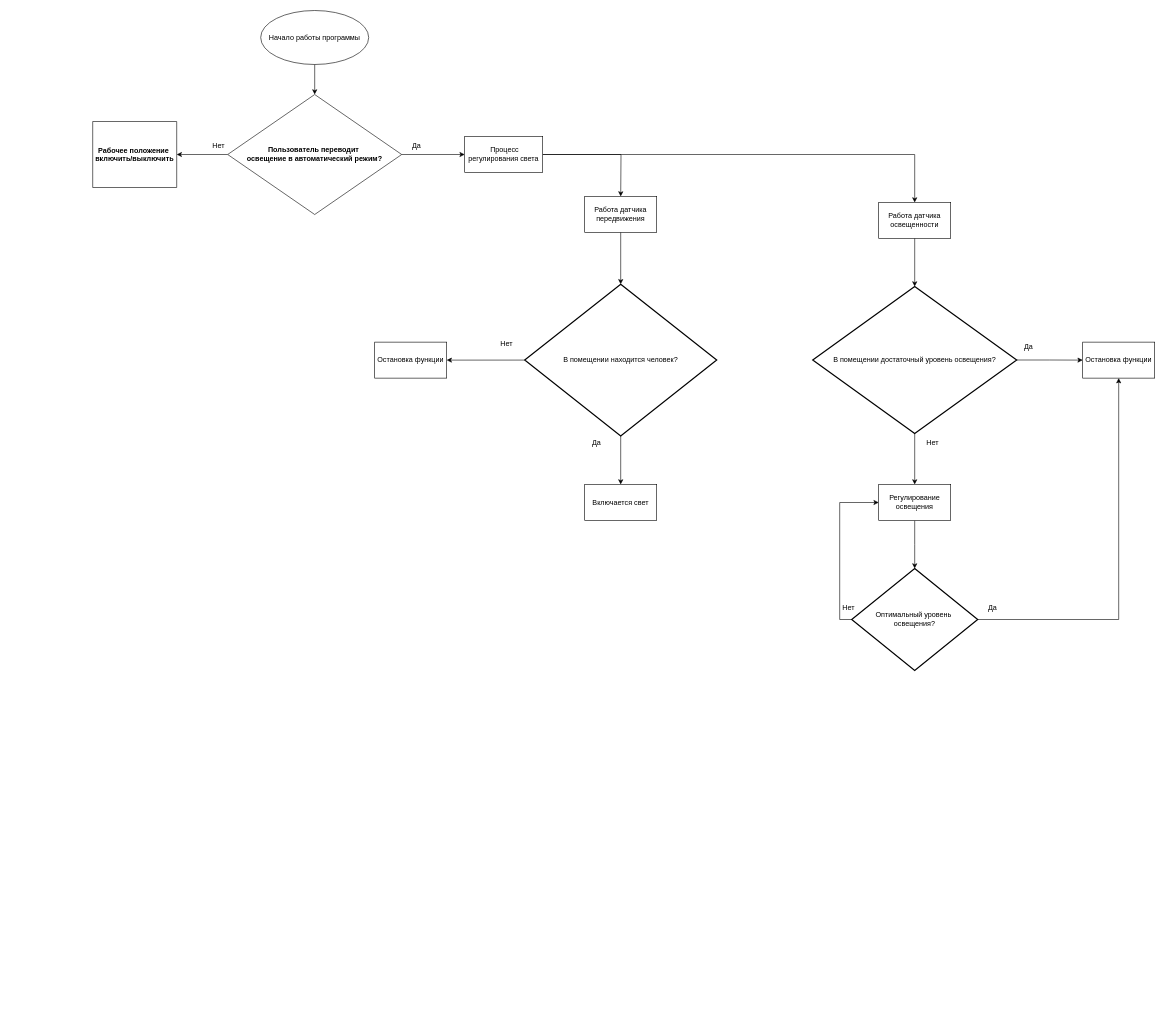
The draw.io diagram Освещение.drawio in CoachTrener/Light_block, before the edit. Source tidied: cells renumbered, new cells numbered last; positions are measured from the earlier drawing's top-left corner, leaving out a move shared by most shapes. Both pictures are drawn from the tidied source at 60%, with x=0, y=0 at pixel (92, 10).
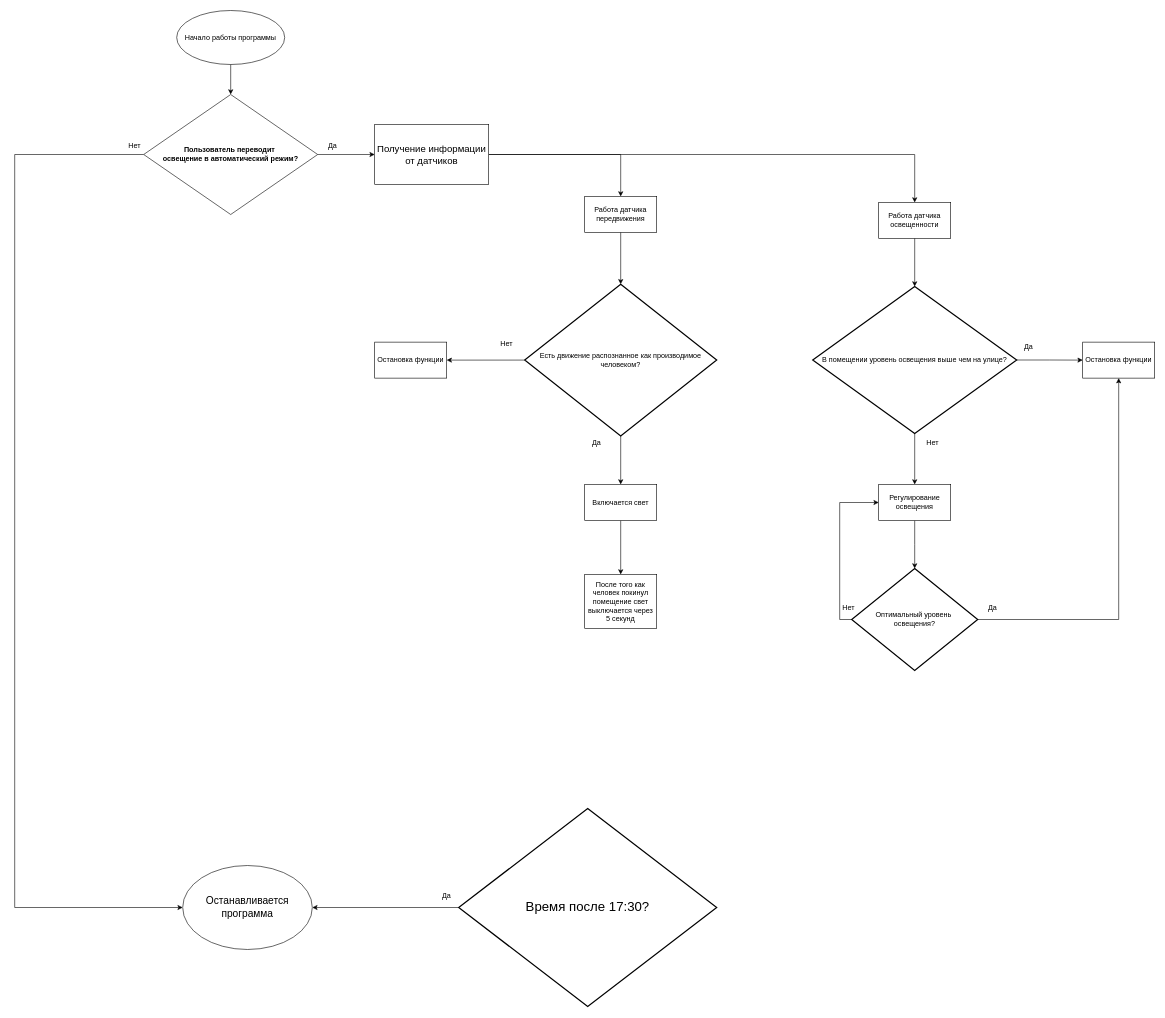
After the change.

The change refers to these unchanged cells:
```xml
<mxCell id="13" value="Работа датчика передвижения" style="rounded=0;whiteSpace=wrap;html=1;" parent="1" vertex="1">
  <mxGeometry x="820" y="310" width="120" height="60" as="geometry" />
</mxCell>
<mxCell id="17" value="Работа датчика освещенности" style="rounded=0;whiteSpace=wrap;html=1;" parent="1" vertex="1">
  <mxGeometry x="1310" y="320" width="120" height="60" as="geometry" />
</mxCell>
<mxCell id="34" value="Включается свет" style="rounded=0;whiteSpace=wrap;html=1;" parent="1" vertex="1">
  <mxGeometry x="820" y="790" width="120" height="60" as="geometry" />
</mxCell>
```

Change to the diagram source:
```diff
@@
-    <mxCell id="2" value="Рабочее положение &#10;включить/выключить" style="shape=table;startSize=110;childLayout=tableLayout;rowLines=1;fontStyle=1;align=center;" parent="1" vertex="1">
-      <mxGeometry y="185" width="140" height="110" as="geometry" />
-    </mxCell>
     <mxCell id="3" value="Начало работы программы" style="ellipse;whiteSpace=wrap;html=1;" parent="1" vertex="1">
-      <mxGeometry x="280" width="180" height="90" as="geometry" />
+      <mxGeometry x="140" width="180" height="90" as="geometry" />
     </mxCell>
-    <mxCell id="4" style="edgeStyle=orthogonalEdgeStyle;rounded=0;jettySize=auto;html=1;exitX=0;exitY=0.5;exitDx=0;exitDy=0;entryX=1;entryY=0.5;entryDx=0;entryDy=0;" parent="1" edge="1" source="6" target="2">
-      <mxGeometry relative="1" as="geometry" />
+    <mxCell id="4" style="edgeStyle=orthogonalEdgeStyle;rounded=0;jettySize=auto;html=1;exitX=0;exitY=0.5;exitDx=0;exitDy=0;entryX=0;entryY=0.5;entryDx=0;entryDy=0;" parent="1" edge="1" source="6" target="39">
+      <mxGeometry relative="1" as="geometry">
+        <Array as="points">
+          <mxPoint x="-130" y="240" />
+          <mxPoint x="-130" y="1495" />
+        </Array>
+      </mxGeometry>
     </mxCell>
@@
     <mxCell id="6" value="&lt;span style=&quot;font-weight: 700; text-wrap: nowrap;&quot;&gt;Пользователь переводит&amp;nbsp;&lt;/span&gt;&lt;div&gt;&lt;span style=&quot;font-weight: 700; text-wrap: nowrap;&quot;&gt;освещение в автоматический режим?&lt;/span&gt;&lt;/div&gt;" style="rhombus;whiteSpace=wrap;html=1;" parent="1" vertex="1">
-      <mxGeometry x="225" y="140" width="290" height="200" as="geometry" />
+      <mxGeometry x="85" y="140" width="290" height="200" as="geometry" />
     </mxCell>
     <mxCell id="7" value="Нет" style="text;strokeColor=none;align=center;fillColor=none;html=1;verticalAlign=middle;whiteSpace=wrap;rounded=0;" parent="1" vertex="1">
-      <mxGeometry x="180" y="210" width="60" height="30" as="geometry" />
+      <mxGeometry x="40" y="210" width="60" height="30" as="geometry" />
     </mxCell>
@@
-    <mxCell id="9" style="edgeStyle=orthogonalEdgeStyle;rounded=0;jettySize=auto;html=1;exitX=1;exitY=0.5;exitDx=0;exitDy=0;" parent="1" edge="1" source="11">
+    <mxCell id="9" style="edgeStyle=orthogonalEdgeStyle;rounded=0;jettySize=auto;html=1;exitX=1;exitY=0.5;exitDx=0;exitDy=0;entryX=0.5;entryY=0;entryDx=0;entryDy=0;" parent="1" edge="1" source="11" target="13">
       <mxGeometry relative="1" as="geometry">
-        <mxPoint x="880" y="310" as="targetPoint" />
+        <Array as="points">
+          <mxPoint x="880" y="240" />
+        </Array>
       </mxGeometry>
     </mxCell>
-    <mxCell id="10" style="edgeStyle=orthogonalEdgeStyle;rounded=0;jettySize=auto;html=1;exitX=1;exitY=0.5;exitDx=0;exitDy=0;" parent="1" edge="1" source="11">
+    <mxCell id="10" style="edgeStyle=orthogonalEdgeStyle;rounded=0;jettySize=auto;html=1;exitX=1;exitY=0.5;exitDx=0;exitDy=0;entryX=0.5;entryY=0;entryDx=0;entryDy=0;" parent="1" edge="1" source="11" target="17">
       <mxGeometry relative="1" as="geometry">
-        <mxPoint x="1370" y="320" as="targetPoint" />
         <Array as="points">
           <mxPoint x="1370" y="240" />
-          <mxPoint x="1370" y="311" />
         </Array>
       </mxGeometry>
     </mxCell>
-    <mxCell id="11" value="&amp;nbsp;Процесс регулирования света" style="rounded=0;whiteSpace=wrap;html=1;" parent="1" vertex="1">
-      <mxGeometry x="620" y="210" width="130" height="60" as="geometry" />
+    <mxCell id="11" value="&lt;font style=&quot;font-size: 16px;&quot;&gt;Получение информации от датчиков&lt;/font&gt;" style="rounded=0;whiteSpace=wrap;html=1;" parent="1" vertex="1">
+      <mxGeometry x="470" y="190" width="190" height="100" as="geometry" />
     </mxCell>
     <mxCell id="12" value="Да" style="text;strokeColor=none;align=center;fillColor=none;html=1;verticalAlign=middle;whiteSpace=wrap;rounded=0;" parent="1" vertex="1">
-      <mxGeometry x="510" y="210" width="60" height="30" as="geometry" />
+      <mxGeometry x="370" y="210" width="60" height="30" as="geometry" />
     </mxCell>
@@
-    <mxCell id="16" value="В помещении достаточный уровень освещения?" style="strokeWidth=2;html=1;shape=mxgraph.flowchart.decision;whiteSpace=wrap;" parent="1" vertex="1">
+    <mxCell id="16" value="В помещении уровень освещения выше чем на улице?" style="strokeWidth=2;html=1;shape=mxgraph.flowchart.decision;whiteSpace=wrap;" parent="1" vertex="1">
       <mxGeometry x="1200" y="460" width="340" height="245" as="geometry" />
     </mxCell>
@@
-    <mxCell id="31" value="В помещении находится человек?" style="strokeWidth=2;html=1;shape=mxgraph.flowchart.decision;whiteSpace=wrap;" parent="1" vertex="1">
+    <mxCell id="31" value="Есть движение распознанное как производимое человеком?" style="strokeWidth=2;html=1;shape=mxgraph.flowchart.decision;whiteSpace=wrap;" parent="1" vertex="1">
       <mxGeometry x="720" y="456.3" width="320" height="252.7" as="geometry" />
     </mxCell>
@@
+    <mxCell id="37" style="edgeStyle=orthogonalEdgeStyle;rounded=0;jettySize=auto;html=1;exitX=0.5;exitY=1;exitDx=0;exitDy=0;entryX=0.5;entryY=0;entryDx=0;entryDy=0;" parent="1" edge="1" source="34" target="38">
+      <mxGeometry relative="1" as="geometry" />
+    </mxCell>
@@
+    <mxCell id="38" value="После того как человек покинул помещение свет выключается через 5 секунд" style="rounded=0;whiteSpace=wrap;html=1;" parent="1" vertex="1">
+      <mxGeometry x="820" y="940" width="120" height="90" as="geometry" />
+    </mxCell>
+    <mxCell id="39" value="&lt;font style=&quot;font-size: 17px;&quot;&gt;Останавливается программа&lt;/font&gt;" style="ellipse;whiteSpace=wrap;html=1;" parent="1" vertex="1">
+      <mxGeometry x="150" y="1425" width="216" height="140" as="geometry" />
+    </mxCell>
+    <mxCell id="40" style="edgeStyle=orthogonalEdgeStyle;rounded=0;jettySize=auto;html=1;exitX=0;exitY=0.5;exitDx=0;exitDy=0;exitPerimeter=0;entryX=1;entryY=0.5;entryDx=0;entryDy=0;" parent="1" edge="1" source="41" target="39">
+      <mxGeometry relative="1" as="geometry" />
+    </mxCell>
+    <mxCell id="41" value="&lt;font style=&quot;font-size: 22px;&quot;&gt;Время после 17:30?&lt;/font&gt;" style="strokeWidth=2;html=1;shape=mxgraph.flowchart.decision;whiteSpace=wrap;" parent="1" vertex="1">
+      <mxGeometry x="610" y="1330" width="430" height="330" as="geometry" />
+    </mxCell>
+    <mxCell id="42" value="Да" style="text;strokeColor=none;align=center;fillColor=none;html=1;verticalAlign=middle;whiteSpace=wrap;rounded=0;" parent="1" vertex="1">
+      <mxGeometry x="560" y="1460" width="60" height="30" as="geometry" />
+    </mxCell>
```
